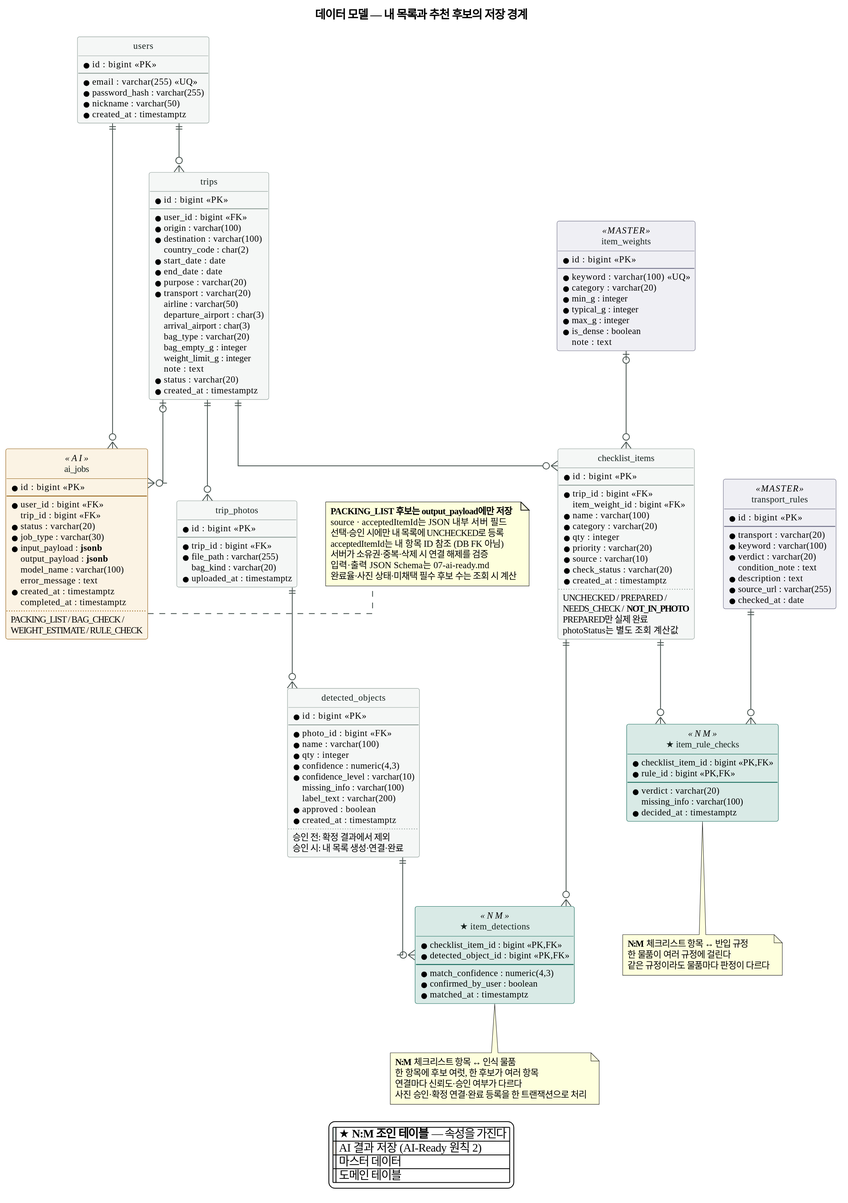
Before: docs/images/05-erd.svg, a diagram exported from PlantUML (SangMyeong5426/skala-mini-ai-web-service).
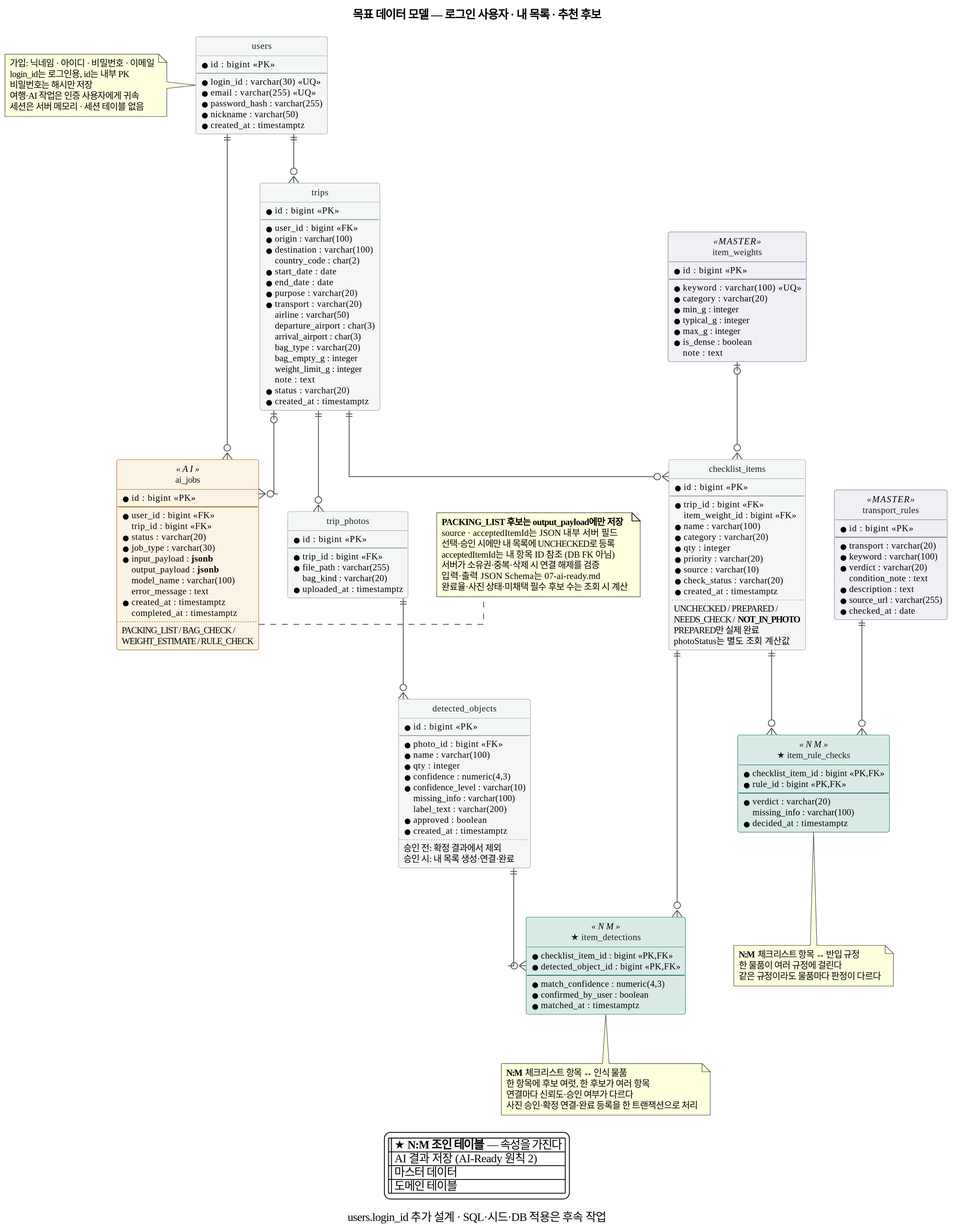
Above is the later version.

The edit, as a diff of the source:
```diff
@@ -8,7 +8,8 @@
 skinparam defaultFontSize 11
 skinparam linetype ortho
 skinparam ArrowColor #46524E
-title 데이터 모델 — 내 목록과 추천 후보의 저장 경계
+title 목표 데이터 모델 — 로그인 사용자 · 내 목록 · 추천 후보
+caption users.login_id 추가 설계 · SQL·시드·DB 적용은 후속 작업
 
 skinparam class {
   BackgroundColor #F5F7F6
@@ -25,11 +26,20 @@
 entity "users" as users {
   * id : bigint <<PK>>
   --
+  * login_id : varchar(30) <<UQ>>
   * email : varchar(255) <<UQ>>
   * password_hash : varchar(255)
   * nickname : varchar(50)
   * created_at : timestamptz
 }
+
+note left of users
+  가입: 닉네임 · 아이디 · 비밀번호 · 이메일
+  login_id는 로그인용, id는 내부 PK
+  비밀번호는 해시만 저장
+  여행·AI 작업은 인증 사용자에게 귀속
+  세션은 서버 메모리 · 세션 테이블 없음
+end note
 
 entity "trips" as trips {
   * id : bigint <<PK>>
```
